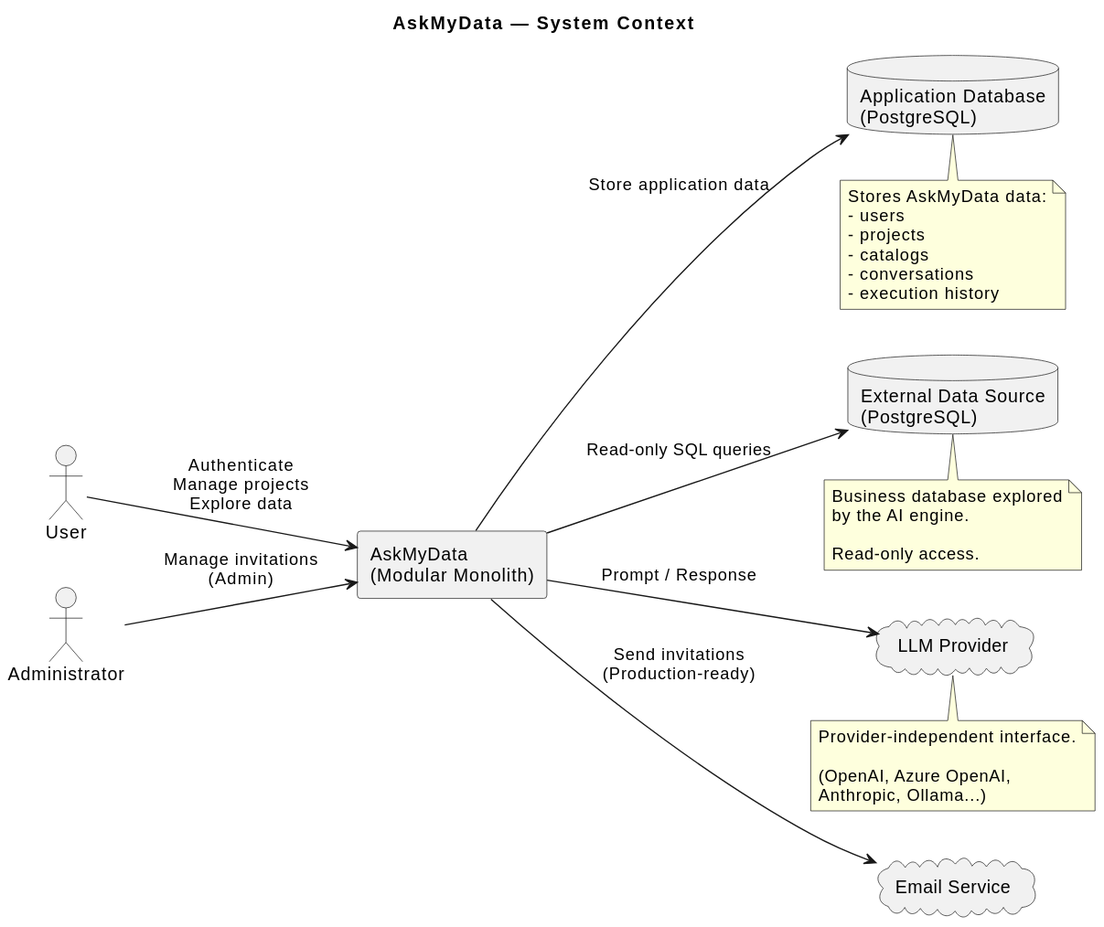
Earlier version of the PlantUML export docs/diagrams/generated/AskMyData_System_Context.svg (MarinePernici/askmydata).
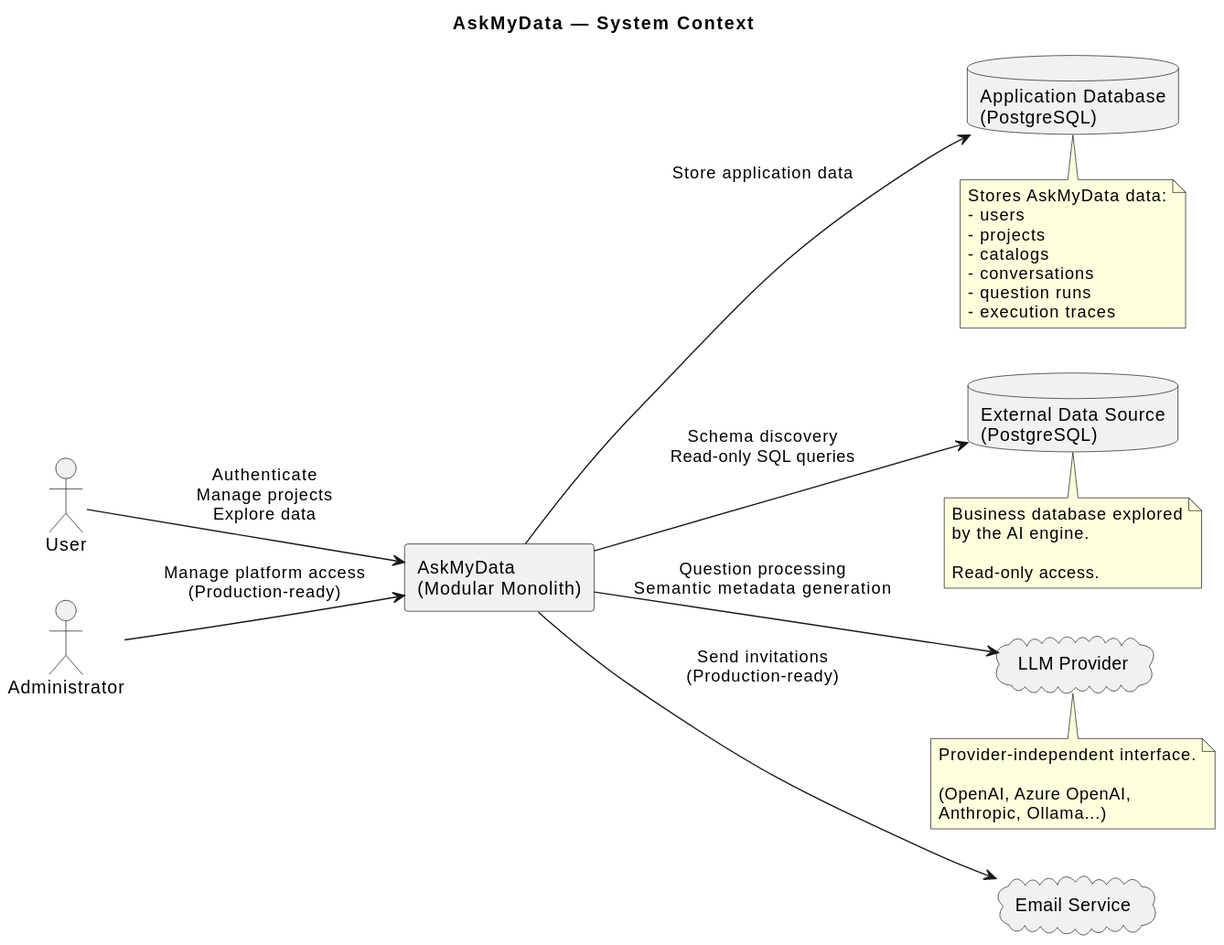
After the commit.

Change to the diagram source:
```diff
@@ -20,13 +20,13 @@
 
 User --> AskMyData : Authenticate\nManage projects\nExplore data
 
-Administrator --> AskMyData : Manage invitations\n(Admin)
+Administrator --> AskMyData : Manage platform access\n(Production-ready)
 
 AskMyData --> AppDB : Store application data
 
-AskMyData --> DataSource : Read-only SQL queries
+AskMyData --> DataSource : Schema discovery\nRead-only SQL queries
 
-AskMyData --> LLM : Prompt / Response
+AskMyData --> LLM : Question processing\nSemantic metadata generation
 
 AskMyData --> Email : Send invitations\n(Production-ready)
 
@@ -36,7 +36,8 @@
 - projects
 - catalogs
 - conversations
-- execution history
+- question runs
+- execution traces
 end note
 
 note bottom of DataSource
```
